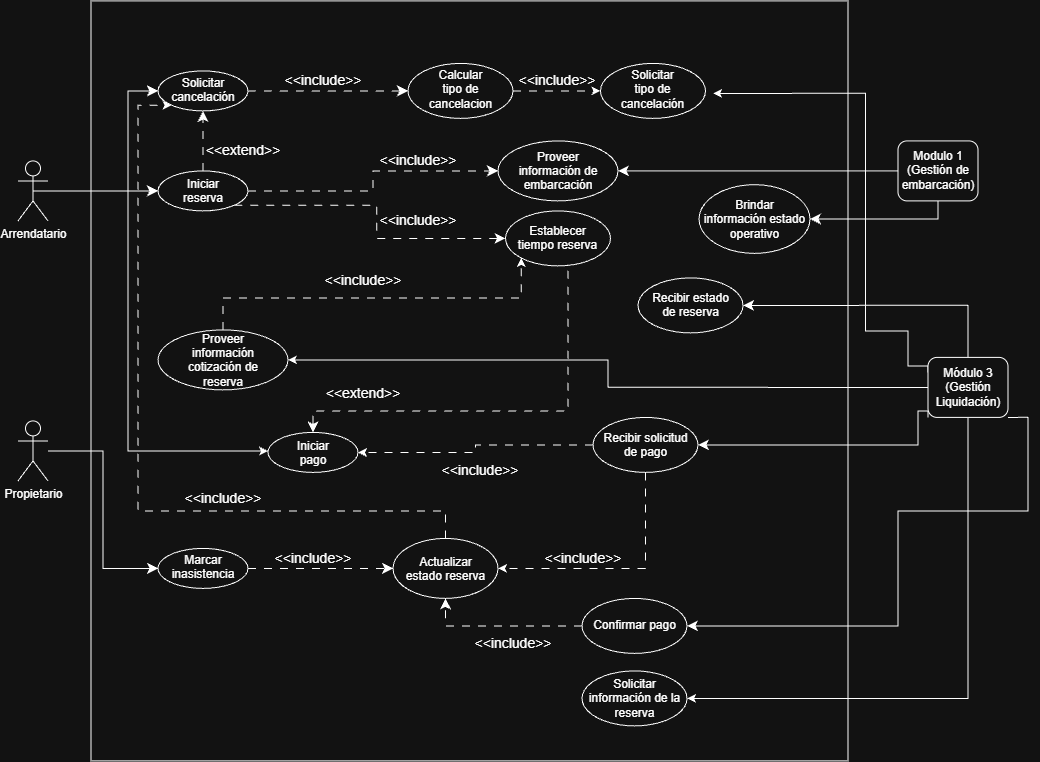
Before: Documentación/Sea-Share module-Modulo 2.drawio.png, a diagram exported from draw.io (Alyson2105/SeaShare-modulo-2). Source tidied: cells renumbered, new cells last; positions are measured from the earlier drawing's top-left corner, leaving out a move shared by most shapes.
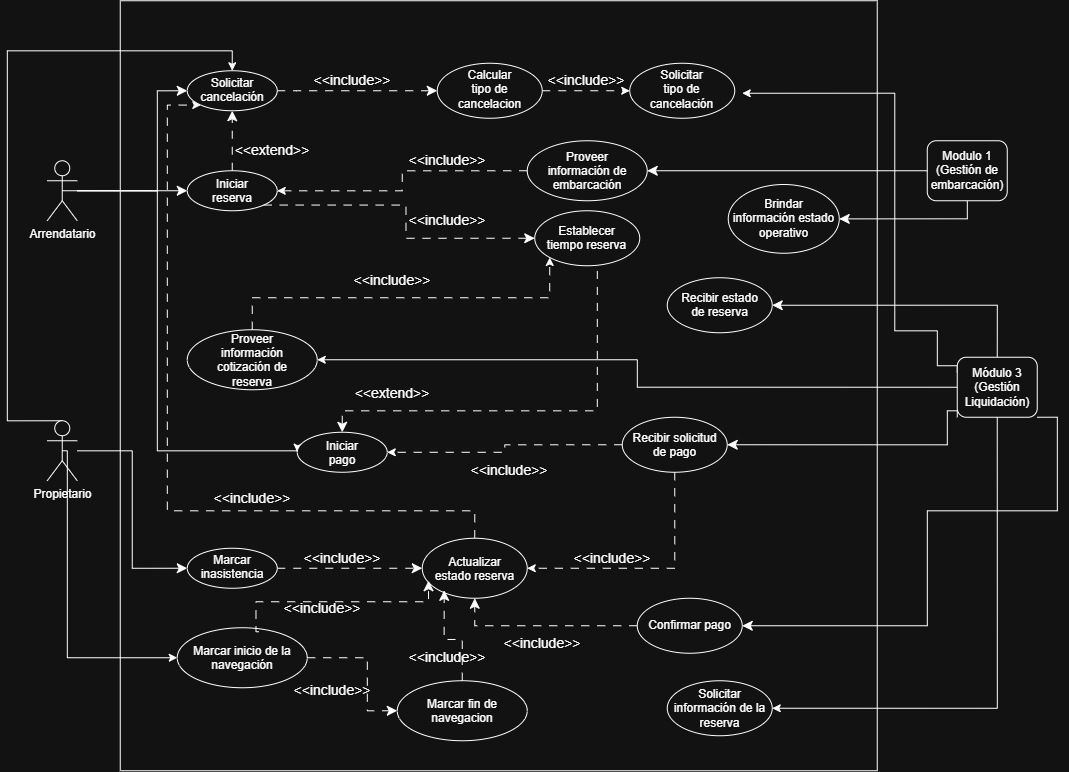
After the change.

What changed in the source:
```diff
@@ -3,11 +3,28 @@
     <mxCell id="0" />
     <mxCell id="1" parent="0" />
     <mxCell id="2" style="rounded=0;whiteSpace=wrap;html=1;" parent="1" vertex="1">
-      <mxGeometry x="73" width="757" height="760" as="geometry" />
+      <mxGeometry x="73" width="757" height="770" as="geometry" />
     </mxCell>
     <mxCell id="3" style="edgeStyle=orthogonalEdgeStyle;rounded=0;jettySize=auto;html=1;entryX=0;entryY=0.5;entryDx=0;entryDy=0;fontSize=12;startSize=8;endSize=8;" parent="1" edge="1" source="4" target="18">
       <mxGeometry relative="1" as="geometry" />
     </mxCell>
+    <mxCell id="62" style="edgeStyle=orthogonalEdgeStyle;rounded=0;jettySize=auto;html=1;exitX=0.5;exitY=0.5;exitDx=0;exitDy=0;exitPerimeter=0;entryX=0;entryY=0.5;entryDx=0;entryDy=0;" parent="1" edge="1" source="4" target="65">
+      <mxGeometry relative="1" as="geometry">
+        <Array as="points">
+          <mxPoint x="20" y="450" />
+          <mxPoint x="20" y="657" />
+        </Array>
+      </mxGeometry>
+    </mxCell>
+    <mxCell id="63" style="edgeStyle=orthogonalEdgeStyle;rounded=0;jettySize=auto;html=1;exitX=0.5;exitY=0;exitDx=0;exitDy=0;exitPerimeter=0;entryX=0.5;entryY=0;entryDx=0;entryDy=0;" parent="1" edge="1" source="4" target="20">
+      <mxGeometry relative="1" as="geometry">
+        <Array as="points">
+          <mxPoint x="-40" y="420" />
+          <mxPoint x="-40" y="50" />
+          <mxPoint x="185" y="50" />
+        </Array>
+      </mxGeometry>
+    </mxCell>
     <mxCell id="4" value="Propietario" style="shape=umlActor;verticalLabelPosition=bottom;verticalAlign=top;html=1;outlineConnect=0;" parent="1" vertex="1">
       <mxGeometry y="420" width="30" height="60" as="geometry" />
     </mxCell>
@@ -117,12 +134,12 @@
     <mxCell id="30" style="edgeStyle=orthogonalEdgeStyle;rounded=0;jettySize=auto;html=1;fontSize=12;startSize=8;endSize=8;exitX=0;exitY=0.5;exitDx=0;exitDy=0;entryX=1;entryY=0.5;entryDx=0;entryDy=0;" parent="1" edge="1" source="29" target="31">
       <mxGeometry relative="1" as="geometry" />
     </mxCell>
+    <mxCell id="64" style="edgeStyle=orthogonalEdgeStyle;rounded=0;jettySize=auto;html=1;exitX=0;exitY=0.5;exitDx=0;exitDy=0;dashed=1;dashPattern=8 8;" parent="1" edge="1" source="31" target="11">
+      <mxGeometry relative="1" as="geometry" />
+    </mxCell>
     <mxCell id="31" value="Proveer información de embarcación" style="ellipse;whiteSpace=wrap;html=1;shapeInside=1;" parent="1" vertex="1">
       <mxGeometry x="480" y="140" width="120" height="60" as="geometry" />
     </mxCell>
-    <mxCell id="32" style="edgeStyle=orthogonalEdgeStyle;rounded=0;jettySize=auto;html=1;fontSize=12;startSize=8;endSize=8;dashed=1;dashPattern=8 8;exitX=1;exitY=0.5;exitDx=0;exitDy=0;entryX=0;entryY=0.5;entryDx=0;entryDy=0;" parent="1" edge="1" source="11" target="31">
-      <mxGeometry relative="1" as="geometry" />
-    </mxCell>
     <mxCell id="33" value="&amp;lt;&amp;lt;include&amp;gt;&amp;gt;" style="text;html=1;whiteSpace=wrap;strokeColor=none;fillColor=none;align=center;verticalAlign=middle;rounded=0;fontSize=14;rotation=0;" parent="1" vertex="1">
       <mxGeometry x="375" y="150" width="50" height="20" as="geometry" />
     </mxCell>
@@ -212,7 +229,7 @@
       <mxGeometry relative="1" as="geometry" />
     </mxCell>
     <mxCell id="56" value="&lt;div&gt;Confirmar pago&lt;/div&gt;" style="ellipse;whiteSpace=wrap;html=1;shapeInside=1;" parent="1" vertex="1">
-      <mxGeometry x="564" y="597.5" width="105" height="55" as="geometry" />
+      <mxGeometry x="590" y="597.5" width="105" height="55" as="geometry" />
     </mxCell>
     <mxCell id="57" style="group;" parent="1" vertex="1">
       <mxGeometry x="470" y="632.5" width="50" height="20" as="geometry" />
@@ -224,10 +241,46 @@
       <mxGeometry x="620" y="277" width="105" height="55" as="geometry" />
     </mxCell>
     <mxCell id="60" value="Solicitar información de la reserva&lt;div&gt;&lt;br/&gt;&lt;/div&gt;" style="ellipse;whiteSpace=wrap;html=1;shapeInside=1;" parent="1" vertex="1">
-      <mxGeometry x="564" y="670" width="105" height="55" as="geometry" />
+      <mxGeometry x="620" y="680" width="105" height="55" as="geometry" />
     </mxCell>
     <mxCell id="61" value="Brindar información estado operativo" style="ellipse;whiteSpace=wrap;html=1;shapeInside=1;" parent="1" vertex="1">
       <mxGeometry x="681" y="183.8" width="111" height="68.8" as="geometry" />
     </mxCell>
+    <mxCell id="65" value="Marcar inicio de la navegación" style="ellipse;whiteSpace=wrap;html=1;shapeInside=1;" parent="1" vertex="1">
+      <mxGeometry x="130" y="627" width="130" height="60" as="geometry" />
+    </mxCell>
+    <mxCell id="66" value="Marcar fin de navegacion" style="ellipse;whiteSpace=wrap;html=1;shapeInside=1;" parent="1" vertex="1">
+      <mxGeometry x="350" y="680" width="130" height="60" as="geometry" />
+    </mxCell>
+    <mxCell id="67" style="edgeStyle=orthogonalEdgeStyle;rounded=0;jettySize=auto;html=1;exitX=0.5;exitY=0;exitDx=0;exitDy=0;fontSize=12;startSize=8;endSize=8;dashed=1;dashPattern=8 8;entryX=0.209;entryY=0.868;entryDx=0;entryDy=0;entryPerimeter=0;" parent="1" edge="1" source="66" target="16">
+      <mxGeometry relative="1" as="geometry" />
+    </mxCell>
+    <mxCell id="68" value="&amp;lt;&amp;lt;include&amp;gt;&amp;gt;" style="text;html=1;whiteSpace=wrap;strokeColor=none;fillColor=none;align=center;verticalAlign=middle;rounded=0;fontSize=14;rotation=0;" parent="1" vertex="1">
+      <mxGeometry x="375" y="647" width="50" height="20" as="geometry" />
+    </mxCell>
+    <mxCell id="69" style="edgeStyle=orthogonalEdgeStyle;rounded=0;jettySize=auto;html=1;exitX=1;exitY=0.5;exitDx=0;exitDy=0;fontSize=12;startSize=8;endSize=8;dashed=1;dashPattern=8 8;entryX=0;entryY=0.5;entryDx=0;entryDy=0;" parent="1" edge="1" source="65" target="66">
+      <mxGeometry relative="1" as="geometry">
+        <Array as="points">
+          <mxPoint x="320" y="657" />
+          <mxPoint x="320" y="710" />
+        </Array>
+      </mxGeometry>
+    </mxCell>
+    <mxCell id="70" value="&amp;lt;&amp;lt;include&amp;gt;&amp;gt;" style="text;html=1;whiteSpace=wrap;strokeColor=none;fillColor=none;align=center;verticalAlign=middle;rounded=0;fontSize=14;rotation=0;" parent="1" vertex="1">
+      <mxGeometry x="260" y="680" width="50" height="20" as="geometry" />
+    </mxCell>
+    <mxCell id="71" style="edgeStyle=orthogonalEdgeStyle;rounded=0;jettySize=auto;html=1;exitX=0.627;exitY=0.067;exitDx=0;exitDy=0;fontSize=12;startSize=8;endSize=8;dashed=1;dashPattern=8 8;exitPerimeter=0;" parent="1" edge="1" source="65">
+      <mxGeometry relative="1" as="geometry">
+        <mxPoint x="381.3" y="580" as="targetPoint" />
+        <Array as="points">
+          <mxPoint x="208.7" y="631" />
+          <mxPoint x="208.7" y="601" />
+          <mxPoint x="381.3" y="601" />
+        </Array>
+      </mxGeometry>
+    </mxCell>
+    <mxCell id="72" value="&amp;lt;&amp;lt;include&amp;gt;&amp;gt;" style="text;html=1;whiteSpace=wrap;strokeColor=none;fillColor=none;align=center;verticalAlign=middle;rounded=0;fontSize=14;rotation=0;" parent="1" vertex="1">
+      <mxGeometry x="250" y="597.5" width="50" height="20" as="geometry" />
+    </mxCell>
   </root>
 </mxGraphModel>
```
